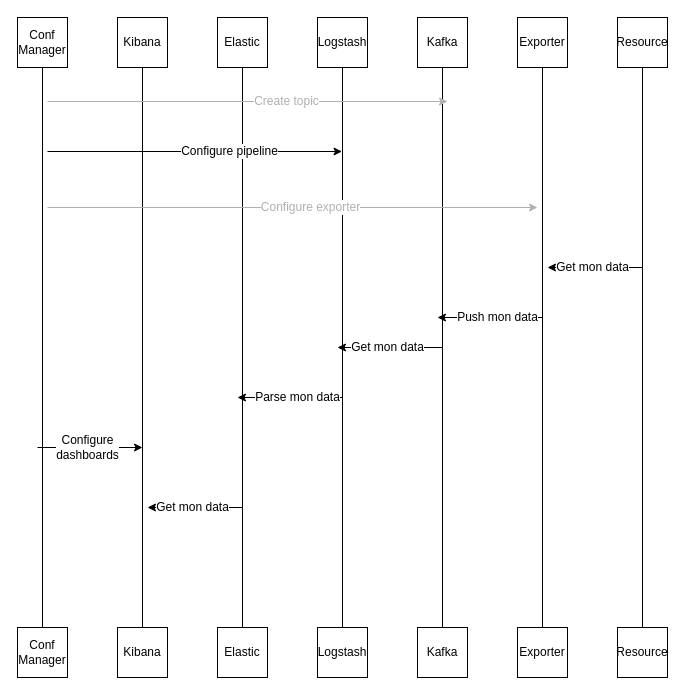
The draw.io diagram filebeat export workflow.drawio in agustincaparros/SoA-Diagrams, before the edit. Source tidied: cells renumbered, new cells numbered last; positions are measured from the earlier drawing's top-left corner, leaving out a move shared by most shapes. Both pictures are drawn from the tidied source at 100%, with x=0, y=0 at pixel (17, 17).
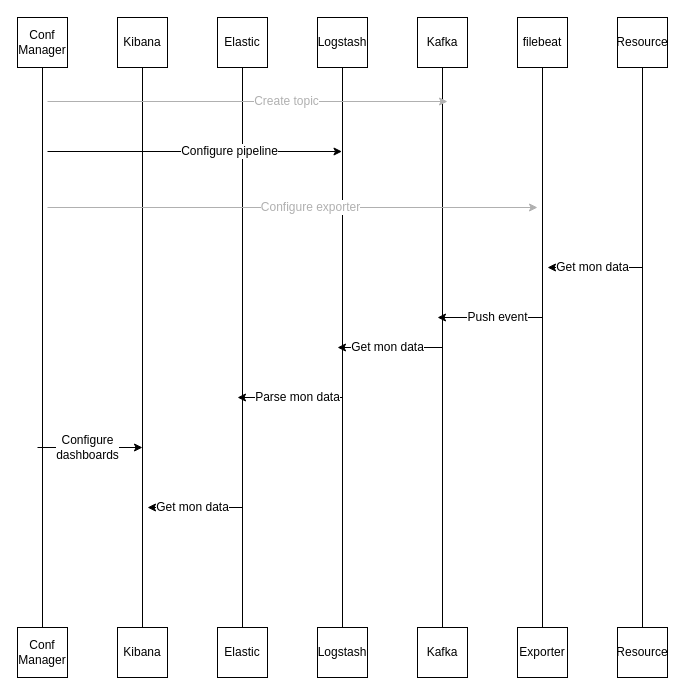
The same page after the edit.

The change refers to these unchanged cells:
```xml
<mxCell id="31" style="endArrow=none;html=1;strokeColor=#000000;endFill=0;startArrow=classic;startFill=1;" parent="1" edge="1">
  <mxGeometry relative="1" as="geometry">
    <mxPoint x="420" y="300" as="sourcePoint" />
    <mxPoint x="525" y="300" as="targetPoint" />
  </mxGeometry>
</mxCell>
```

The edit, as a diff of the source:
```diff
@@
-    <mxCell id="6" value="Exporter" style="whiteSpace=wrap;html=1;" parent="1" vertex="1">
+    <mxCell id="6" value="filebeat" style="whiteSpace=wrap;html=1;" parent="1" vertex="1">
       <mxGeometry x="500" width="50" height="50" as="geometry" />
     </mxCell>
@@
-    <mxCell id="32" value="Push mon data" style="text;html=1;align=center;verticalAlign=middle;labelBackgroundColor=#ffffff;" parent="31" vertex="1">
+    <mxCell id="32" value="Push event" style="text;html=1;align=center;verticalAlign=middle;labelBackgroundColor=#ffffff;" parent="31" vertex="1">
       <mxGeometry x="0.19" y="1" relative="1" as="geometry">
         <mxPoint x="-2.9" as="offset" />
       </mxGeometry>
     </mxCell>
```
